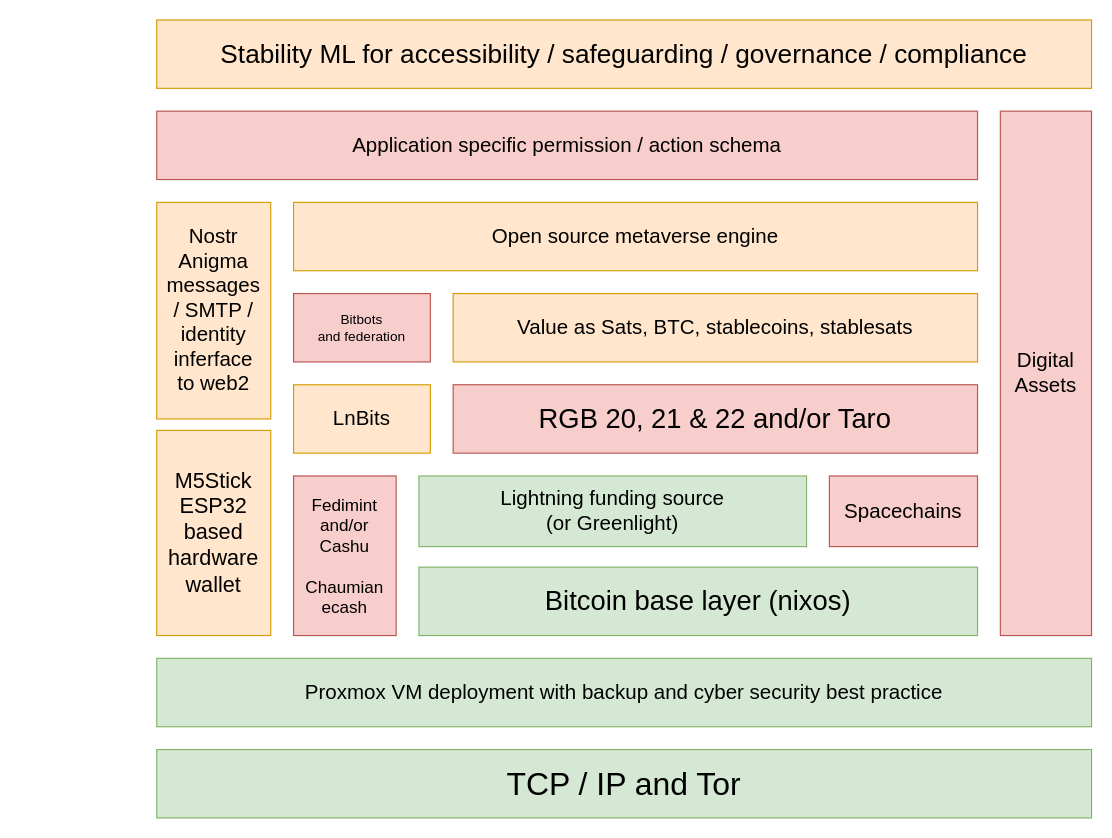
Above: Book/Images/HighLevelStack.drawio in jjohare/DigiSocConvergence (draw.io), before the change. Source tidied: cells renumbered, new cells numbered last; positions are measured from the earlier drawing's top-left corner, leaving out a move shared by most shapes. Both pictures are drawn from the tidied source at 114%, with x=0, y=0 at pixel (156, 19).
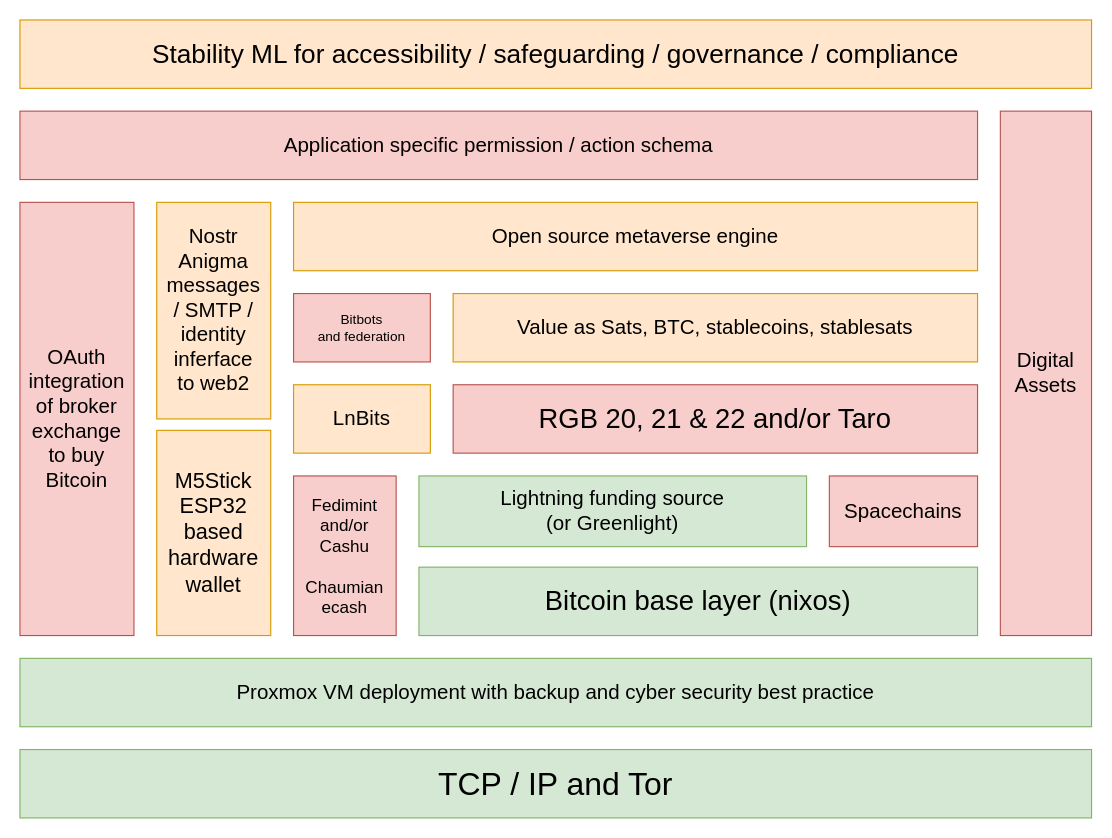
The same diagram, later.

Diff of the diagram source:
```diff
@@
 <mxGraphModel>
   <root>
     <mxCell id="0" />
     <mxCell id="1" parent="0" />
     <mxCell id="2" value="&lt;font style=&quot;font-size: 18px&quot;&gt;Application specific permission / action schema&lt;br&gt;&lt;/font&gt;" style="rounded=0;whiteSpace=wrap;html=1;fillColor=#f8cecc;strokeColor=#b85450;" parent="1" vertex="1">
-      <mxGeometry y="80" width="720" height="60" as="geometry" />
+      <mxGeometry x="-120" y="80" width="840" height="60" as="geometry" />
     </mxCell>
     <mxCell id="3" value="&lt;div&gt;Nostr&lt;/div&gt;&lt;div&gt;Anigma&lt;br&gt;&lt;/div&gt;&lt;div&gt;messages&lt;/div&gt;&lt;div&gt;/ SMTP /&lt;br&gt;&lt;/div&gt;&lt;div&gt;identity &lt;br&gt;&lt;/div&gt;&lt;div&gt;inferface&lt;/div&gt;&lt;div&gt;to web2&lt;br&gt;&lt;/div&gt;" style="rounded=0;whiteSpace=wrap;html=1;fontSize=18;fillColor=#ffe6cc;strokeColor=#d79b00;" parent="1" vertex="1">
       <mxGeometry y="160" width="100" height="190" as="geometry" />
     </mxCell>
     <mxCell id="4" value="LnBits" style="rounded=0;whiteSpace=wrap;html=1;fontSize=18;fillColor=#ffe6cc;strokeColor=#d79b00;" parent="1" vertex="1">
       <mxGeometry x="120" y="320" width="120" height="60" as="geometry" />
     </mxCell>
     <mxCell id="5" value="&lt;font style=&quot;font-size: 18px&quot;&gt;Open source metaverse engine&lt;/font&gt;" style="rounded=0;whiteSpace=wrap;html=1;fillColor=#ffe6cc;strokeColor=#d79b00;" parent="1" vertex="1">
       <mxGeometry x="120" y="160" width="600" height="60" as="geometry" />
     </mxCell>
     <mxCell id="6" value="&lt;font style=&quot;font-size: 18px&quot;&gt;Value as Sats, BTC, stablecoins, stablesats&lt;br&gt;&lt;/font&gt;" style="rounded=0;whiteSpace=wrap;html=1;fillColor=#ffe6cc;strokeColor=#d79b00;" parent="1" vertex="1">
       <mxGeometry x="260" y="240" width="460" height="60" as="geometry" />
     </mxCell>
     <mxCell id="7" value="&lt;font style=&quot;font-size: 24px;&quot;&gt;RGB 20, 21 &amp;amp; 22 and/or Taro&lt;br&gt;&lt;/font&gt;" style="rounded=0;whiteSpace=wrap;html=1;fillColor=#f8cecc;strokeColor=#b85450;" parent="1" vertex="1">
       <mxGeometry x="260" y="320" width="460" height="60" as="geometry" />
     </mxCell>
     <mxCell id="8" value="&lt;div&gt;&lt;font style=&quot;font-size: 18px&quot;&gt;Lightning funding source&lt;/font&gt;&lt;/div&gt;&lt;div&gt;&lt;font style=&quot;font-size: 18px&quot;&gt;(or Greenlight)&lt;br&gt; &lt;/font&gt;&lt;/div&gt;" style="rounded=0;whiteSpace=wrap;html=1;fillColor=#d5e8d4;strokeColor=#82b366;" parent="1" vertex="1">
       <mxGeometry x="230" y="400" width="340" height="62" as="geometry" />
     </mxCell>
     <mxCell id="9" value="&lt;font style=&quot;font-size: 24px&quot;&gt;Bitcoin base layer (nixos)&lt;br&gt;&lt;/font&gt;" style="rounded=0;whiteSpace=wrap;html=1;fillColor=#d5e8d4;strokeColor=#82b366;" parent="1" vertex="1">
       <mxGeometry x="230" y="480" width="490" height="60" as="geometry" />
     </mxCell>
     <mxCell id="10" value="&lt;font style=&quot;font-size: 18px&quot;&gt;Proxmox VM deployment with backup and cyber security best practice&lt;/font&gt;" style="rounded=0;whiteSpace=wrap;html=1;fillColor=#d5e8d4;strokeColor=#82b366;" parent="1" vertex="1">
-      <mxGeometry y="560" width="820" height="60" as="geometry" />
+      <mxGeometry x="-120" y="560" width="940" height="60" as="geometry" />
     </mxCell>
     <mxCell id="11" value="&lt;div&gt;Digital&lt;br&gt;&lt;/div&gt;&lt;div&gt;Assets&lt;/div&gt;" style="rounded=0;whiteSpace=wrap;html=1;fontSize=18;fillColor=#f8cecc;strokeColor=#b85450;" parent="1" vertex="1">
       <mxGeometry x="740" y="80" width="80" height="460" as="geometry" />
     </mxCell>
     <mxCell id="12" value="&lt;font style=&quot;font-size: 18px;&quot;&gt;Spacechains&lt;/font&gt;" style="rounded=0;whiteSpace=wrap;html=1;fillColor=#f8cecc;strokeColor=#b85450;" parent="1" vertex="1">
       <mxGeometry x="590" y="400" width="130" height="62" as="geometry" />
     </mxCell>
     <mxCell id="13" value="&lt;font style=&quot;font-size: 23px;&quot;&gt;Stability ML for accessibility / safeguarding / governance / compliance&lt;br&gt;&lt;/font&gt;" style="rounded=0;whiteSpace=wrap;html=1;fillColor=#ffe6cc;strokeColor=#d79b00;" parent="1" vertex="1">
-      <mxGeometry width="820" height="60" as="geometry" />
+      <mxGeometry x="-120" width="940" height="60" as="geometry" />
     </mxCell>
     <mxCell id="14" value="&lt;font style=&quot;font-size: 28px;&quot;&gt;TCP / IP and Tor&lt;br&gt;&lt;/font&gt;" style="rounded=0;whiteSpace=wrap;html=1;fillColor=#d5e8d4;strokeColor=#82b366;" parent="1" vertex="1">
-      <mxGeometry y="640" width="820" height="60" as="geometry" />
+      <mxGeometry x="-120" y="640" width="940" height="60" as="geometry" />
     </mxCell>
     <mxCell id="15" value="&lt;div style=&quot;font-size: 15px;&quot;&gt;&lt;font style=&quot;font-size: 15px;&quot;&gt;Fedimint&lt;/font&gt;&lt;/div&gt;&lt;div style=&quot;font-size: 15px;&quot;&gt;&lt;font style=&quot;font-size: 15px;&quot;&gt;and/or&lt;/font&gt;&lt;/div&gt;&lt;div style=&quot;font-size: 15px;&quot;&gt;&lt;font style=&quot;font-size: 15px;&quot;&gt;Cashu&lt;/font&gt;&lt;/div&gt;&lt;div style=&quot;font-size: 15px;&quot;&gt;&lt;font style=&quot;font-size: 15px;&quot;&gt;&lt;br&gt;&lt;/font&gt;&lt;/div&gt;&lt;div style=&quot;font-size: 15px;&quot;&gt;&lt;font style=&quot;font-size: 15px;&quot;&gt;Chaumian&lt;/font&gt;&lt;/div&gt;&lt;div style=&quot;font-size: 15px;&quot;&gt;&lt;font style=&quot;font-size: 15px;&quot;&gt;ecash&lt;br&gt;&lt;/font&gt;&lt;/div&gt;" style="rounded=0;whiteSpace=wrap;html=1;fillColor=#f8cecc;strokeColor=#b85450;" parent="1" vertex="1">
       <mxGeometry x="120" y="400" width="90" height="140" as="geometry" />
     </mxCell>
     <mxCell id="16" value="&lt;div&gt;Bitbots&lt;/div&gt;&lt;div&gt;and federation&lt;br&gt;&lt;/div&gt;" style="rounded=0;whiteSpace=wrap;html=1;fillColor=#f8cecc;strokeColor=#b85450;" parent="1" vertex="1">
       <mxGeometry x="120" y="240" width="120" height="60" as="geometry" />
     </mxCell>
     <mxCell id="17" value="&lt;h3 style=&quot;font-size: 19px;&quot; class=&quot;ud-feature-title&quot;&gt;&lt;span style=&quot;font-weight: normal;&quot;&gt;M5Stick ESP32&lt;/span&gt; &lt;span style=&quot;font-weight: normal;&quot;&gt;based hardware wallet&lt;/span&gt;&lt;br&gt;&lt;/h3&gt;" style="rounded=0;whiteSpace=wrap;html=1;fontSize=18;fillColor=#ffe6cc;strokeColor=#d79b00;" parent="1" vertex="1">
       <mxGeometry y="360" width="100" height="180" as="geometry" />
     </mxCell>
+    <mxCell id="18" value="&lt;div&gt;OAuth integration of broker exchange&lt;/div&gt;&lt;div&gt;to buy&lt;/div&gt;&lt;div&gt;Bitcoin&lt;br&gt;&lt;/div&gt;" style="rounded=0;whiteSpace=wrap;html=1;fontSize=18;fillColor=#f8cecc;strokeColor=#b85450;" parent="1" vertex="1">
+      <mxGeometry x="-120" y="160" width="100" height="380" as="geometry" />
+    </mxCell>
   </root>
 </mxGraphModel>
```
